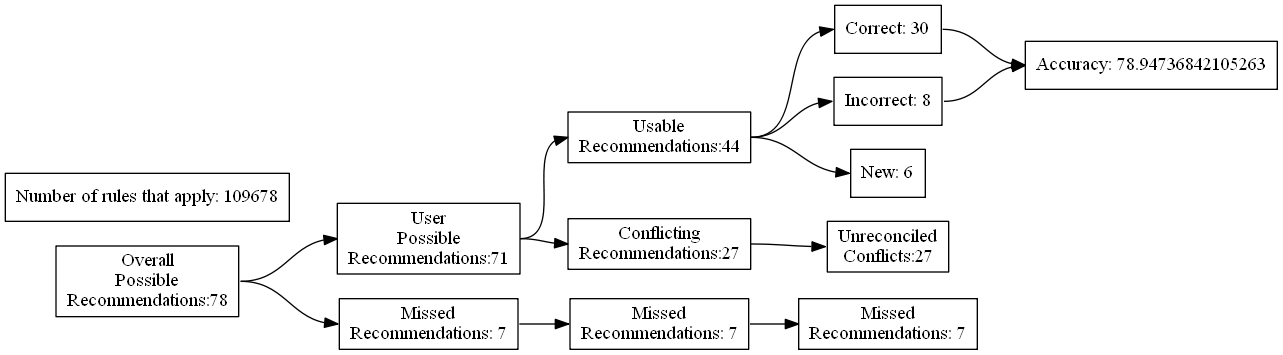
Earlier version of the Graphviz export test_renders/78.gv.png (ZaxR/ibd_diet_analysis). Its source is kept beside it as test_renders/78.gv. The source it was exported from:
```dot
digraph {
	graph [rankdir=LR]
	node [pos=r shape=box]
	edge [headport=w tailport=e]
		A [label="Overall
Possible
Recommendations:78"]
		B [label="User
Possible
Recommendations:71"]
		C [label="Missed
Recommendations: 7"]
		D [label="Usable
Recommendations:44"]
		E [label="Conflicting
Recommendations:27"]
		J [label="Missed
Recommendations: 7"]
		M [label="Unreconciled
Conflicts:27"]
		F [label="Correct: 30"]
		G [label="Incorrect: 8"]
		H [label="New: 6"]
		K [label="Missed
Recommendations: 7"]
		I [label="Accuracy: 78.94736842105263"]
		l [label="Number of rules that apply: 109678"]
			A -> B
			A -> C
			B -> D
			B -> E
			D -> F
			D -> G
			D -> H
			F -> I
			G -> I
			C -> J
			J -> K
			E -> M
}
```
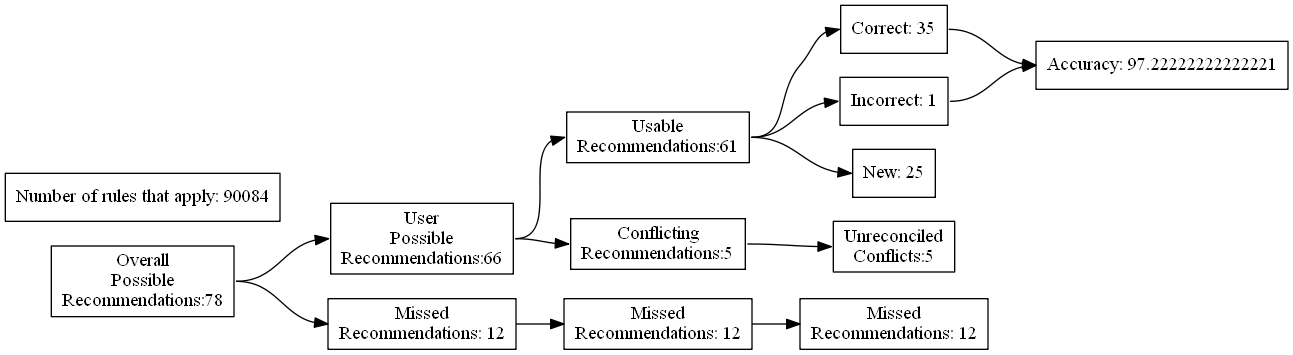
After the change.

Change to the diagram source:
```diff
@@ -7,24 +7,24 @@
 Recommendations:78"]
 		B [label="User
 Possible
-Recommendations:71"]
+Recommendations:66"]
 		C [label="Missed
-Recommendations: 7"]
+Recommendations: 12"]
 		D [label="Usable
-Recommendations:44"]
+Recommendations:61"]
 		E [label="Conflicting
-Recommendations:27"]
+Recommendations:5"]
 		J [label="Missed
-Recommendations: 7"]
+Recommendations: 12"]
 		M [label="Unreconciled
-Conflicts:27"]
-		F [label="Correct: 30"]
-		G [label="Incorrect: 8"]
-		H [label="New: 6"]
+Conflicts:5"]
+		F [label="Correct: 35"]
+		G [label="Incorrect: 1"]
+		H [label="New: 25"]
 		K [label="Missed
-Recommendations: 7"]
-		I [label="Accuracy: 78.94736842105263"]
-		l [label="Number of rules that apply: 109678"]
+Recommendations: 12"]
+		I [label="Accuracy: 97.22222222222221"]
+		l [label="Number of rules that apply: 90084"]
 			A -> B
 			A -> C
 			B -> D
```
